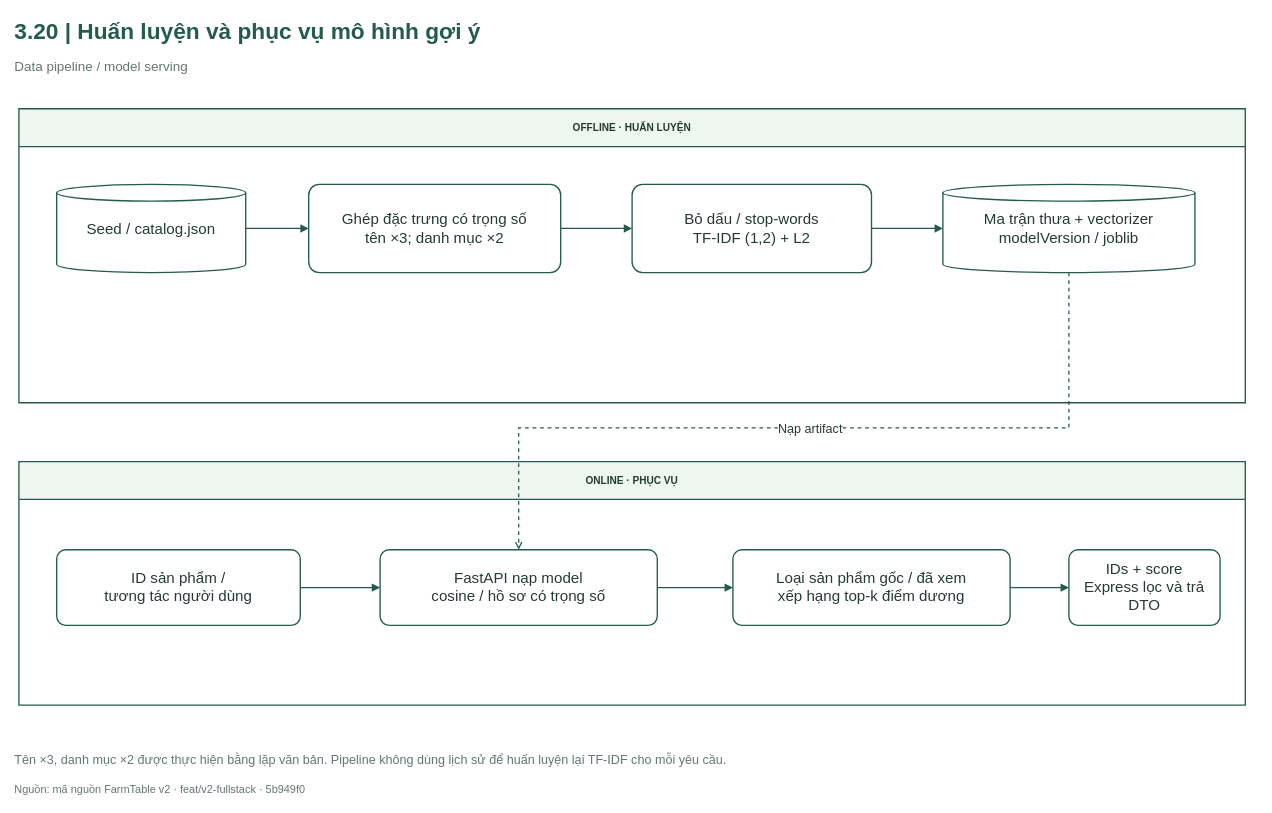
This is FarmTable_Chuong3/So_do_BA/drawio/Hinh_3_20.drawio from hathu1272006-eng/PTWnangcao, a draw.io file, before an edit. Source tidied: cells renumbered, new cells numbered last; positions are measured from the earlier drawing's top-left corner, leaving out a move shared by most shapes. Both pictures are drawn from the tidied source at 84%, with x=0, y=0 at pixel (14, 14).
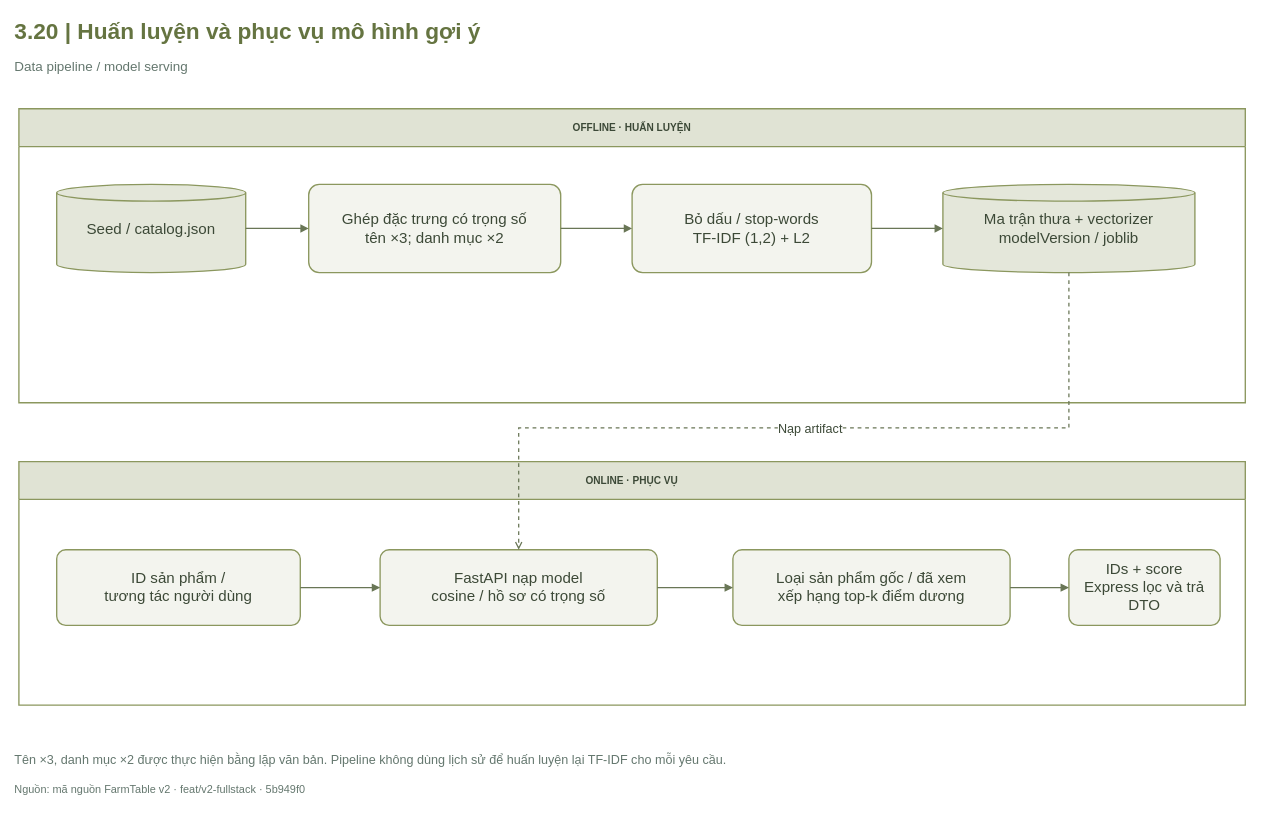
Above is the later version.

Change to the diagram source:
```diff
@@
-    <mxCell id="2" value="3.20  |  Huấn luyện và phục vụ mô hình gợi ý" style="html=1;whiteSpace=wrap;fontFamily=Arial;fontSize=18;fontColor=#243B32;strokeColor=#245C47;strokeWidth=1.6;fillColor=#FFFFFF;spacing=8;text;strokeColor=none;fillColor=none;align=left;verticalAlign=middle;fontSize=27;fontStyle=1;fontColor=#245C47;spacing=0;" parent="1" vertex="1">
+    <mxCell id="2" value="3.20  |  Huấn luyện và phục vụ mô hình gợi ý" style="html=1;whiteSpace=wrap;fontFamily=Arial;fontSize=18;strokeColor=#245C47;strokeWidth=1.6;fillColor=#FFFFFF;spacing=8;text;strokeColor=none;fillColor=none;align=left;verticalAlign=middle;fontSize=27;fontStyle=1;spacing=0;fontColor=#657441;" parent="1" vertex="1">
       <mxGeometry width="1480" height="40" as="geometry" />
     </mxCell>
@@
-    <mxCell id="4" value="OFFLINE · HUẤN LUYỆN" style="html=1;whiteSpace=wrap;fontFamily=Arial;fontSize=18;fontColor=#243B32;strokeColor=#245C47;strokeWidth=1.6;fillColor=#FFFFFF;spacing=8;swimlane;horizontal=1;startSize=45;fillColor=#EEF6F1;fontStyle=1;" parent="1" vertex="1">
+    <mxCell id="4" value="OFFLINE · HUẤN LUYỆN" style="html=1;whiteSpace=wrap;fontFamily=Arial;fontSize=18;strokeWidth=1.6;spacing=8;swimlane;horizontal=1;startSize=45;fontStyle=1;fillColor=#E0E3D4;strokeColor=#8B975E;fontColor=#3C4937;swimlaneFillColor=#FFFFFF;" parent="1" vertex="1">
       <mxGeometry x="5" y="112" width="1460" height="350" as="geometry" />
     </mxCell>
-    <mxCell id="5" value="ONLINE · PHỤC VỤ" style="html=1;whiteSpace=wrap;fontFamily=Arial;fontSize=18;fontColor=#243B32;strokeColor=#245C47;strokeWidth=1.6;fillColor=#FFFFFF;spacing=8;swimlane;horizontal=1;startSize=45;fillColor=#EEF6F1;fontStyle=1;" parent="1" vertex="1">
-      <mxGeometry x="5" y="532" width="1460" height="290" as="geometry" />
-    </mxCell>
-    <mxCell id="6" value="Seed / catalog.json" style="html=1;whiteSpace=wrap;fontFamily=Arial;fontSize=18;fontColor=#243B32;strokeColor=#245C47;strokeWidth=1.6;fillColor=#FFFFFF;spacing=8;shape=cylinder3;size=10;" parent="4" vertex="1">
+    <mxCell id="6" value="Seed / catalog.json" style="html=1;whiteSpace=wrap;fontFamily=Arial;fontSize=18;strokeWidth=1.6;spacing=8;shape=cylinder3;size=10;fillColor=#E4E7DA;strokeColor=#8B975E;fontColor=#3C4937;" parent="4" vertex="1">
       <mxGeometry x="45" y="90" width="225" height="105" as="geometry" />
     </mxCell>
-    <mxCell id="7" value="Ghép đặc trưng có trọng số&lt;br/&gt;tên ×3; danh mục ×2" style="html=1;whiteSpace=wrap;fontFamily=Arial;fontSize=18;fontColor=#243B32;strokeColor=#245C47;strokeWidth=1.6;fillColor=#FFFFFF;spacing=8;rounded=1;arcSize=12;" parent="4" vertex="1">
+    <mxCell id="7" value="Ghép đặc trưng có trọng số&lt;br/&gt;tên ×3; danh mục ×2" style="html=1;whiteSpace=wrap;fontFamily=Arial;fontSize=18;strokeWidth=1.6;spacing=8;rounded=1;arcSize=12;fillColor=#F3F4EE;strokeColor=#8B975E;fontColor=#3C4937;" parent="4" vertex="1">
       <mxGeometry x="345" y="90" width="300" height="105" as="geometry" />
     </mxCell>
-    <mxCell id="8" value="Bỏ dấu / stop-words&lt;br/&gt;TF-IDF (1,2) + L2" style="html=1;whiteSpace=wrap;fontFamily=Arial;fontSize=18;fontColor=#243B32;strokeColor=#245C47;strokeWidth=1.6;fillColor=#FFFFFF;spacing=8;rounded=1;arcSize=12;" parent="4" vertex="1">
+    <mxCell id="8" value="Bỏ dấu / stop-words&lt;br/&gt;TF-IDF (1,2) + L2" style="html=1;whiteSpace=wrap;fontFamily=Arial;fontSize=18;strokeWidth=1.6;spacing=8;rounded=1;arcSize=12;fillColor=#F3F4EE;strokeColor=#8B975E;fontColor=#3C4937;" parent="4" vertex="1">
       <mxGeometry x="730" y="90" width="285" height="105" as="geometry" />
     </mxCell>
-    <mxCell id="9" value="Ma trận thưa + vectorizer&lt;br/&gt;modelVersion / joblib" style="html=1;whiteSpace=wrap;fontFamily=Arial;fontSize=18;fontColor=#243B32;strokeColor=#245C47;strokeWidth=1.6;fillColor=#FFFFFF;spacing=8;shape=cylinder3;size=10;" parent="4" vertex="1">
+    <mxCell id="9" value="Ma trận thưa + vectorizer&lt;br/&gt;modelVersion / joblib" style="html=1;whiteSpace=wrap;fontFamily=Arial;fontSize=18;strokeWidth=1.6;spacing=8;shape=cylinder3;size=10;fillColor=#E4E7DA;strokeColor=#8B975E;fontColor=#3C4937;" parent="4" vertex="1">
       <mxGeometry x="1100" y="90" width="300" height="105" as="geometry" />
     </mxCell>
-    <mxCell id="10" style="edgeStyle=orthogonalEdgeStyle;rounded=0;jettySize=20;html=1;fontFamily=Arial;fontSize=15;fontColor=#243B32;labelBackgroundColor=#FFFFFF;strokeColor=#245C47;strokeWidth=1.5;endArrow=block;endFill=1;exitX=1;exitY=0.5;entryX=0;entryY=0.5;exitDx=0;exitDy=0;entryDx=0;entryDy=0;" parent="1" edge="1" source="6" target="7">
-      <mxGeometry relative="1" as="geometry" />
-    </mxCell>
-    <mxCell id="11" style="edgeStyle=orthogonalEdgeStyle;rounded=0;jettySize=20;html=1;fontFamily=Arial;fontSize=15;fontColor=#243B32;labelBackgroundColor=#FFFFFF;strokeColor=#245C47;strokeWidth=1.5;endArrow=block;endFill=1;exitX=1;exitY=0.5;entryX=0;entryY=0.5;exitDx=0;exitDy=0;entryDx=0;entryDy=0;" parent="1" edge="1" source="7" target="8">
-      <mxGeometry relative="1" as="geometry" />
-    </mxCell>
-    <mxCell id="12" style="edgeStyle=orthogonalEdgeStyle;rounded=0;jettySize=20;html=1;fontFamily=Arial;fontSize=15;fontColor=#243B32;labelBackgroundColor=#FFFFFF;strokeColor=#245C47;strokeWidth=1.5;endArrow=block;endFill=1;exitX=1;exitY=0.5;entryX=0;entryY=0.5;exitDx=0;exitDy=0;entryDx=0;entryDy=0;" parent="1" edge="1" source="8" target="9">
-      <mxGeometry relative="1" as="geometry" />
-    </mxCell>
+    <mxCell id="5" value="ONLINE · PHỤC VỤ" style="html=1;whiteSpace=wrap;fontFamily=Arial;fontSize=18;strokeWidth=1.6;spacing=8;swimlane;horizontal=1;startSize=45;fontStyle=1;fillColor=#E0E3D4;strokeColor=#8B975E;fontColor=#3C4937;swimlaneFillColor=#FFFFFF;" parent="1" vertex="1">
+      <mxGeometry x="5" y="532" width="1460" height="290" as="geometry" />
+    </mxCell>
-    <mxCell id="13" value="ID sản phẩm /&lt;br/&gt;tương tác người dùng" style="html=1;whiteSpace=wrap;fontFamily=Arial;fontSize=18;fontColor=#243B32;strokeColor=#245C47;strokeWidth=1.6;fillColor=#FFFFFF;spacing=8;rounded=1;arcSize=12;" parent="5" vertex="1">
+    <mxCell id="13" value="ID sản phẩm /&lt;br/&gt;tương tác người dùng" style="html=1;whiteSpace=wrap;fontFamily=Arial;fontSize=18;strokeWidth=1.6;spacing=8;rounded=1;arcSize=12;fillColor=#F3F4EE;strokeColor=#8B975E;fontColor=#3C4937;" parent="5" vertex="1">
       <mxGeometry x="45" y="105" width="290" height="90" as="geometry" />
     </mxCell>
-    <mxCell id="14" value="FastAPI nạp model&lt;br/&gt;cosine / hồ sơ có trọng số" style="html=1;whiteSpace=wrap;fontFamily=Arial;fontSize=18;fontColor=#243B32;strokeColor=#245C47;strokeWidth=1.6;fillColor=#FFFFFF;spacing=8;rounded=1;arcSize=12;" parent="5" vertex="1">
+    <mxCell id="14" value="FastAPI nạp model&lt;br/&gt;cosine / hồ sơ có trọng số" style="html=1;whiteSpace=wrap;fontFamily=Arial;fontSize=18;strokeWidth=1.6;spacing=8;rounded=1;arcSize=12;fillColor=#F3F4EE;strokeColor=#8B975E;fontColor=#3C4937;" parent="5" vertex="1">
       <mxGeometry x="430" y="105" width="330" height="90" as="geometry" />
     </mxCell>
-    <mxCell id="15" value="Loại sản phẩm gốc / đã xem&lt;br/&gt;xếp hạng top-k điểm dương" style="html=1;whiteSpace=wrap;fontFamily=Arial;fontSize=18;fontColor=#243B32;strokeColor=#245C47;strokeWidth=1.6;fillColor=#FFFFFF;spacing=8;rounded=1;arcSize=12;" parent="5" vertex="1">
+    <mxCell id="15" value="Loại sản phẩm gốc / đã xem&lt;br/&gt;xếp hạng top-k điểm dương" style="html=1;whiteSpace=wrap;fontFamily=Arial;fontSize=18;strokeWidth=1.6;spacing=8;rounded=1;arcSize=12;fillColor=#F3F4EE;strokeColor=#8B975E;fontColor=#3C4937;" parent="5" vertex="1">
       <mxGeometry x="850" y="105" width="330" height="90" as="geometry" />
     </mxCell>
-    <mxCell id="16" value="IDs + score&lt;br/&gt;Express lọc và trả DTO" style="html=1;whiteSpace=wrap;fontFamily=Arial;fontSize=18;fontColor=#243B32;strokeColor=#245C47;strokeWidth=1.6;fillColor=#FFFFFF;spacing=8;rounded=1;arcSize=12;" parent="5" vertex="1">
+    <mxCell id="16" value="IDs + score&lt;br/&gt;Express lọc và trả DTO" style="html=1;whiteSpace=wrap;fontFamily=Arial;fontSize=18;strokeWidth=1.6;spacing=8;rounded=1;arcSize=12;fillColor=#F3F4EE;strokeColor=#8B975E;fontColor=#3C4937;" parent="5" vertex="1">
       <mxGeometry x="1250" y="105" width="180" height="90" as="geometry" />
     </mxCell>
+    <mxCell id="10" style="edgeStyle=orthogonalEdgeStyle;rounded=0;jettySize=20;html=1;fontFamily=Arial;fontSize=15;labelBackgroundColor=#FFFFFF;strokeWidth=1.5;endArrow=block;endFill=1;exitX=1;exitY=0.5;entryX=0;entryY=0.5;exitDx=0;exitDy=0;entryDx=0;entryDy=0;strokeColor=#697656;fontColor=#3C4937;" parent="1" edge="1" source="6" target="7">
+      <mxGeometry relative="1" as="geometry" />
+    </mxCell>
+    <mxCell id="11" style="edgeStyle=orthogonalEdgeStyle;rounded=0;jettySize=20;html=1;fontFamily=Arial;fontSize=15;labelBackgroundColor=#FFFFFF;strokeWidth=1.5;endArrow=block;endFill=1;exitX=1;exitY=0.5;entryX=0;entryY=0.5;exitDx=0;exitDy=0;entryDx=0;entryDy=0;strokeColor=#697656;fontColor=#3C4937;" parent="1" edge="1" source="7" target="8">
+      <mxGeometry relative="1" as="geometry" />
+    </mxCell>
+    <mxCell id="12" style="edgeStyle=orthogonalEdgeStyle;rounded=0;jettySize=20;html=1;fontFamily=Arial;fontSize=15;labelBackgroundColor=#FFFFFF;strokeWidth=1.5;endArrow=block;endFill=1;exitX=1;exitY=0.5;entryX=0;entryY=0.5;exitDx=0;exitDy=0;entryDx=0;entryDy=0;strokeColor=#697656;fontColor=#3C4937;" parent="1" edge="1" source="8" target="9">
+      <mxGeometry relative="1" as="geometry" />
+    </mxCell>
-    <mxCell id="17" style="edgeStyle=orthogonalEdgeStyle;rounded=0;jettySize=20;html=1;fontFamily=Arial;fontSize=15;fontColor=#243B32;labelBackgroundColor=#FFFFFF;strokeColor=#245C47;strokeWidth=1.5;endArrow=block;endFill=1;exitX=1;exitY=0.5;entryX=0;entryY=0.5;exitDx=0;exitDy=0;entryDx=0;entryDy=0;" parent="1" edge="1" source="13" target="14">
+    <mxCell id="17" style="edgeStyle=orthogonalEdgeStyle;rounded=0;jettySize=20;html=1;fontFamily=Arial;fontSize=15;labelBackgroundColor=#FFFFFF;strokeWidth=1.5;endArrow=block;endFill=1;exitX=1;exitY=0.5;entryX=0;entryY=0.5;exitDx=0;exitDy=0;entryDx=0;entryDy=0;strokeColor=#697656;fontColor=#3C4937;" parent="1" edge="1" source="13" target="14">
       <mxGeometry relative="1" as="geometry" />
     </mxCell>
-    <mxCell id="18" style="edgeStyle=orthogonalEdgeStyle;rounded=0;jettySize=20;html=1;fontFamily=Arial;fontSize=15;fontColor=#243B32;labelBackgroundColor=#FFFFFF;strokeColor=#245C47;strokeWidth=1.5;endArrow=block;endFill=1;exitX=1;exitY=0.5;entryX=0;entryY=0.5;exitDx=0;exitDy=0;entryDx=0;entryDy=0;" parent="1" edge="1" source="14" target="15">
+    <mxCell id="18" style="edgeStyle=orthogonalEdgeStyle;rounded=0;jettySize=20;html=1;fontFamily=Arial;fontSize=15;labelBackgroundColor=#FFFFFF;strokeWidth=1.5;endArrow=block;endFill=1;exitX=1;exitY=0.5;entryX=0;entryY=0.5;exitDx=0;exitDy=0;entryDx=0;entryDy=0;strokeColor=#697656;fontColor=#3C4937;" parent="1" edge="1" source="14" target="15">
       <mxGeometry relative="1" as="geometry" />
     </mxCell>
-    <mxCell id="19" style="edgeStyle=orthogonalEdgeStyle;rounded=0;jettySize=20;html=1;fontFamily=Arial;fontSize=15;fontColor=#243B32;labelBackgroundColor=#FFFFFF;strokeColor=#245C47;strokeWidth=1.5;endArrow=block;endFill=1;exitX=1;exitY=0.5;entryX=0;entryY=0.5;exitDx=0;exitDy=0;entryDx=0;entryDy=0;" parent="1" edge="1" source="15" target="16">
+    <mxCell id="19" style="edgeStyle=orthogonalEdgeStyle;rounded=0;jettySize=20;html=1;fontFamily=Arial;fontSize=15;labelBackgroundColor=#FFFFFF;strokeWidth=1.5;endArrow=block;endFill=1;exitX=1;exitY=0.5;entryX=0;entryY=0.5;exitDx=0;exitDy=0;entryDx=0;entryDy=0;strokeColor=#697656;fontColor=#3C4937;" parent="1" edge="1" source="15" target="16">
       <mxGeometry relative="1" as="geometry" />
     </mxCell>
-    <mxCell id="20" value="Nạp artifact" style="edgeStyle=orthogonalEdgeStyle;rounded=0;jettySize=20;html=1;fontFamily=Arial;fontSize=15;fontColor=#243B32;labelBackgroundColor=#FFFFFF;strokeColor=#245C47;strokeWidth=1.5;endArrow=block;endFill=1;dashed=1;endArrow=open;endFill=0;exitX=0.5;exitY=1;entryX=0.5;entryY=0;exitDx=0;exitDy=0;entryDx=0;entryDy=0;" parent="1" edge="1" source="9" target="14">
+    <mxCell id="20" value="Nạp artifact" style="edgeStyle=orthogonalEdgeStyle;rounded=0;jettySize=20;html=1;fontFamily=Arial;fontSize=15;labelBackgroundColor=#FFFFFF;strokeWidth=1.5;endArrow=block;endFill=1;dashed=1;endArrow=open;endFill=0;exitX=0.5;exitY=1;entryX=0.5;entryY=0;exitDx=0;exitDy=0;entryDx=0;entryDy=0;strokeColor=#697656;fontColor=#3C4937;" parent="1" edge="1" source="9" target="14">
       <mxGeometry relative="1" as="geometry">
         <Array as="points">
           <mxPoint x="1255" y="492" />
           <mxPoint x="600" y="492" />
         </Array>
       </mxGeometry>
     </mxCell>
```
